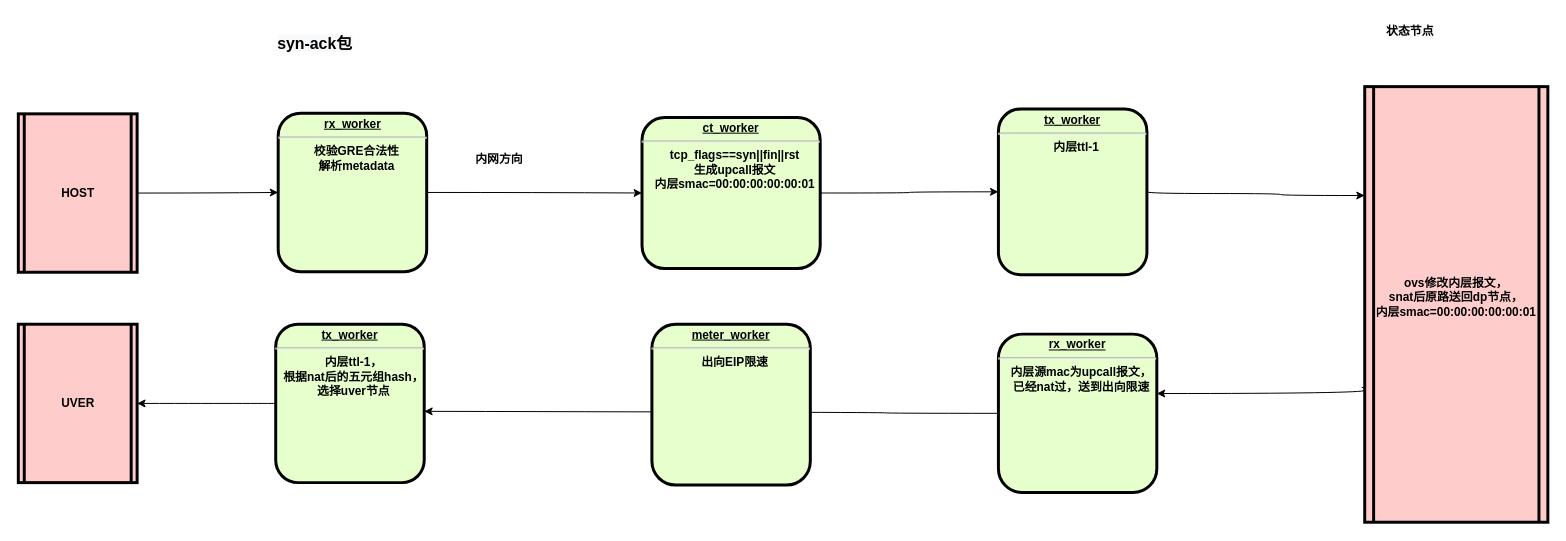
This is syn.drawio from st0rybrook/hello-world, a draw.io file, before an edit. Source tidied: cells renumbered, new cells numbered last; positions are measured from the earlier drawing's top-left corner, leaving out a move shared by most shapes. Both pictures are drawn from the tidied source at 99%, with x=0, y=0 at pixel (18, 17).
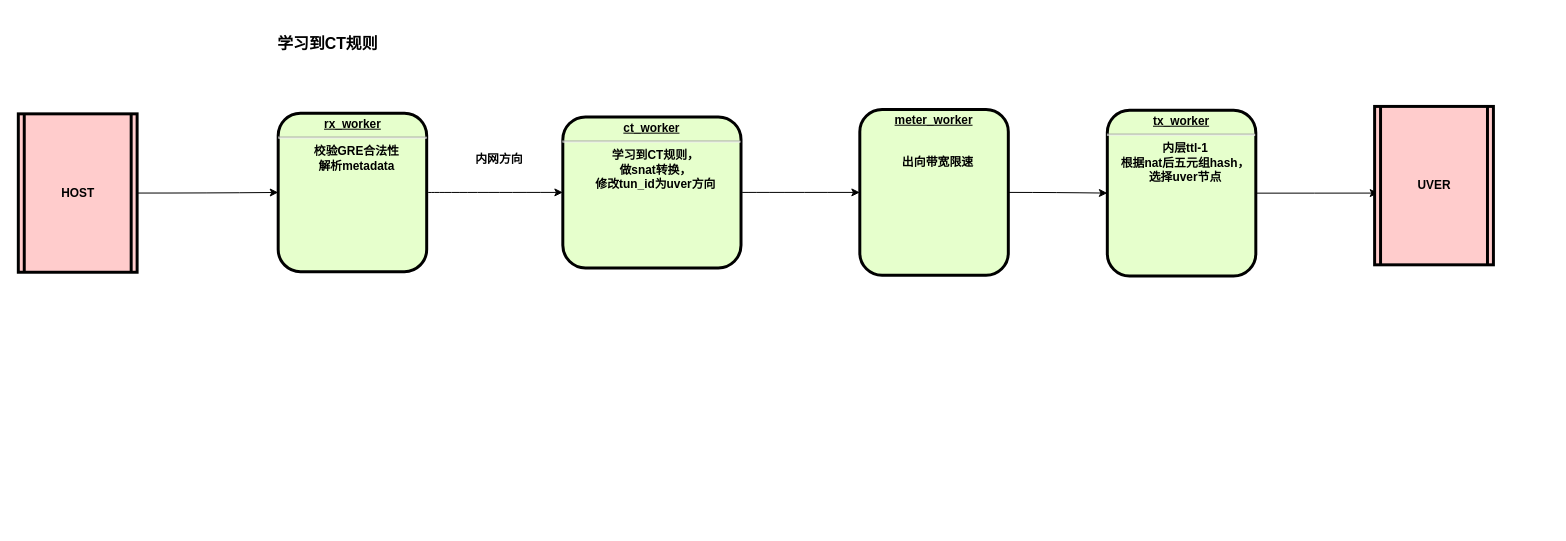
Above is the later version.

The edit, as a diff of the source:
```diff
@@
-    <mxCell id="4" style="edgeStyle=orthogonalEdgeStyle;jettySize=auto;html=1;exitX=1;exitY=0.5;exitDx=0;exitDy=0;entryX=0;entryY=0.25;entryDx=0;entryDy=0;strokeColor=default;curved=1;" parent="1" edge="1" source="5" target="10">
-      <mxGeometry relative="1" as="geometry">
-        <Array as="points">
-          <mxPoint x="1275" y="178" />
-          <mxPoint x="1275" y="180" />
-        </Array>
-      </mxGeometry>
-    </mxCell>
+    <mxCell id="21" style="edgeStyle=orthogonalEdgeStyle;curved=1;jettySize=auto;html=1;exitX=1;exitY=0.5;exitDx=0;exitDy=0;entryX=0;entryY=0.5;entryDx=0;entryDy=0;fontFamily=Helvetica;fontSize=16;strokeColor=default;" parent="1" edge="1" source="5" target="23">
+      <mxGeometry relative="1" as="geometry" />
+    </mxCell>
-    <mxCell id="5" value="&lt;p style=&quot;margin: 0px ; margin-top: 4px ; text-align: center ; text-decoration: underline&quot;&gt;&lt;strong&gt;tx_worker&lt;/strong&gt;&lt;/p&gt;&lt;hr&gt;&lt;p style=&quot;margin: 0px ; margin-left: 8px&quot;&gt;内层ttl-1&lt;/p&gt;" style="verticalAlign=middle;align=center;overflow=fill;fontSize=12;fontFamily=Helvetica;html=1;rounded=1;fontStyle=1;strokeWidth=3;fillColor=#E6FFCC;" parent="1" vertex="1">
-      <mxGeometry x="990" y="92.5" width="150" height="167.5" as="geometry" />
+    <mxCell id="5" value="&lt;p style=&quot;margin: 0px ; margin-top: 4px ; text-align: center ; text-decoration: underline&quot;&gt;&lt;strong&gt;meter_worker&lt;/strong&gt;&lt;/p&gt;&lt;p style=&quot;margin: 0px ; margin-left: 8px&quot;&gt;&lt;br&gt;&lt;/p&gt;&lt;p style=&quot;margin: 0px ; margin-left: 8px&quot;&gt;&lt;br&gt;&lt;/p&gt;&lt;p style=&quot;margin: 0px ; margin-left: 8px&quot;&gt;出向带宽限速&lt;/p&gt;&lt;p style=&quot;margin: 0px ; margin-left: 8px&quot;&gt;&lt;br&gt;&lt;/p&gt;" style="verticalAlign=middle;align=center;overflow=fill;fontSize=12;fontFamily=Helvetica;html=1;rounded=1;fontStyle=1;strokeWidth=3;fillColor=#E6FFCC;" parent="1" vertex="1">
+      <mxGeometry x="850" y="93.1" width="150" height="167.5" as="geometry" />
     </mxCell>
@@
-    <mxCell id="7" value="&lt;p style=&quot;margin: 0px ; margin-top: 4px ; text-align: center ; text-decoration: underline&quot;&gt;&lt;strong&gt;ct_worker&lt;/strong&gt;&lt;/p&gt;&lt;hr&gt;&lt;p style=&quot;margin: 0px ; margin-left: 8px&quot;&gt;tcp_flags==syn||fin||rst&lt;/p&gt;&lt;p style=&quot;margin: 0px ; margin-left: 8px&quot;&gt;生成upcall报文&lt;/p&gt;&lt;p style=&quot;margin: 0px ; margin-left: 8px&quot;&gt;内层smac=00:00:00:00:00:01&lt;/p&gt;" style="verticalAlign=middle;align=center;overflow=fill;fontSize=12;fontFamily=Helvetica;html=1;rounded=1;fontStyle=1;strokeWidth=3;fillColor=#E6FFCC;" parent="1" vertex="1">
-      <mxGeometry x="630" y="101.2" width="180" height="152.5" as="geometry" />
+    <mxCell id="7" value="&lt;p style=&quot;margin: 0px ; margin-top: 4px ; text-align: center ; text-decoration: underline&quot;&gt;&lt;strong&gt;ct_worker&lt;/strong&gt;&lt;/p&gt;&lt;hr&gt;&lt;p style=&quot;margin: 0px ; margin-left: 8px&quot;&gt;学习到CT规则，&lt;/p&gt;&lt;p style=&quot;margin: 0px ; margin-left: 8px&quot;&gt;做snat转换，&lt;/p&gt;&lt;p style=&quot;margin: 0px ; margin-left: 8px&quot;&gt;修改tun_id为uver方向&lt;/p&gt;" style="verticalAlign=middle;align=center;overflow=fill;fontSize=12;fontFamily=Helvetica;html=1;rounded=1;fontStyle=1;strokeWidth=3;fillColor=#E6FFCC;" parent="1" vertex="1">
+      <mxGeometry x="550" y="100.6" width="180" height="152.5" as="geometry" />
     </mxCell>
-    <mxCell id="8" value="&lt;span style=&quot;color: rgb(0, 0, 0); font-size: 16px; font-style: normal; font-weight: 700; letter-spacing: normal; text-align: center; text-indent: 0px; text-transform: none; word-spacing: 0px; background-color: rgb(248, 249, 250); display: inline; float: none;&quot;&gt;syn-ack包&lt;/span&gt;" style="text;whiteSpace=wrap;html=1;strokeWidth=0;fontSize=16;" parent="1" vertex="1">
+    <mxCell id="8" value="&lt;div style=&quot;text-align: center&quot;&gt;&lt;b&gt;学习到CT规则&lt;/b&gt;&lt;/div&gt;" style="text;whiteSpace=wrap;html=1;strokeWidth=0;fontSize=16;" parent="1" vertex="1">
       <mxGeometry x="260" y="10" width="155" height="40" as="geometry" />
     </mxCell>
@@
-    <mxCell id="10" value="ovs修改内层报文，&#10;snat后原路送回dp节点，&#10;内层smac=00:00:00:00:00:01&#10;" style="shape=process;whiteSpace=wrap;align=center;verticalAlign=middle;size=0.0475;fontStyle=1;strokeWidth=3;fillColor=#FFCCCC;" parent="1" vertex="1">
-      <mxGeometry x="1360" y="70" width="185" height="440" as="geometry" />
-    </mxCell>
@@
-    <mxCell id="13" style="edgeStyle=orthogonalEdgeStyle;curved=1;rounded=0;jettySize=auto;html=1;exitX=-0.017;exitY=0.69;exitDx=0;exitDy=0;exitPerimeter=0;" parent="1" edge="1" source="10" target="15">
-      <mxGeometry relative="1" as="geometry">
-        <Array as="points">
-          <mxPoint x="1360" y="374" />
-          <mxPoint x="1360" y="380" />
-        </Array>
-      </mxGeometry>
-    </mxCell>
-    <mxCell id="14" style="edgeStyle=orthogonalEdgeStyle;curved=1;rounded=0;jettySize=auto;html=1;exitX=0;exitY=0.5;exitDx=0;exitDy=0;" parent="1" edge="1" source="15">
-      <mxGeometry relative="1" as="geometry">
-        <mxPoint x="410" y="398" as="targetPoint" />
-        <Array as="points">
-          <mxPoint x="875" y="400" />
-          <mxPoint x="875" y="399" />
-        </Array>
-      </mxGeometry>
-    </mxCell>
-    <mxCell id="15" value="&lt;p style=&quot;margin: 0px ; margin-top: 4px ; text-align: center ; text-decoration: underline&quot;&gt;&lt;strong&gt;rx_worker&lt;/strong&gt;&lt;/p&gt;&lt;hr&gt;&lt;p style=&quot;margin: 0px ; margin-left: 8px&quot;&gt;内层源mac为upcall报文，&lt;/p&gt;&lt;p style=&quot;margin: 0px ; margin-left: 8px&quot;&gt;已经nat过，送到出向限速&lt;/p&gt;" style="verticalAlign=middle;align=center;overflow=fill;fontSize=12;fontFamily=Helvetica;html=1;rounded=1;fontStyle=1;strokeWidth=3;fillColor=#E6FFCC;" parent="1" vertex="1">
-      <mxGeometry x="990" y="320" width="160" height="160" as="geometry" />
-    </mxCell>
-    <mxCell id="16" style="edgeStyle=orthogonalEdgeStyle;curved=1;rounded=0;jettySize=auto;html=1;entryX=1;entryY=0.5;entryDx=0;entryDy=0;" parent="1" edge="1" source="17" target="18">
-      <mxGeometry relative="1" as="geometry" />
-    </mxCell>
-    <mxCell id="17" value="&lt;p style=&quot;margin: 0px ; margin-top: 4px ; text-align: center ; text-decoration: underline&quot;&gt;&lt;strong&gt;tx_worker&lt;/strong&gt;&lt;/p&gt;&lt;hr&gt;&lt;p style=&quot;margin: 0px ; margin-left: 8px&quot;&gt;内层ttl-1，&lt;/p&gt;&lt;p style=&quot;margin: 0px ; margin-left: 8px&quot;&gt;根据nat后的五元组hash，&lt;/p&gt;&lt;p style=&quot;margin: 0px ; margin-left: 8px&quot;&gt;选择uver节点&lt;/p&gt;" style="verticalAlign=middle;align=center;overflow=fill;fontSize=12;fontFamily=Helvetica;html=1;rounded=1;fontStyle=1;strokeWidth=3;fillColor=#E6FFCC;" parent="1" vertex="1">
-      <mxGeometry x="260" y="310" width="150" height="160" as="geometry" />
-    </mxCell>
+    <mxCell id="22" style="edgeStyle=orthogonalEdgeStyle;curved=1;jettySize=auto;html=1;entryX=0.03;entryY=0.547;entryDx=0;entryDy=0;entryPerimeter=0;fontFamily=Helvetica;fontSize=16;strokeColor=default;" parent="1" edge="1" source="23" target="18">
+      <mxGeometry relative="1" as="geometry" />
+    </mxCell>
+    <mxCell id="23" value="&lt;p style=&quot;margin: 0px ; margin-top: 4px ; text-align: center ; text-decoration: underline&quot;&gt;&lt;strong&gt;tx_worker&lt;/strong&gt;&lt;/p&gt;&lt;hr&gt;&lt;p style=&quot;margin: 0px ; margin-left: 8px&quot;&gt;内层ttl-1&lt;/p&gt;&lt;p style=&quot;margin: 0px ; margin-left: 8px&quot;&gt;根据nat后五元组hash，&lt;/p&gt;&lt;p style=&quot;margin: 0px ; margin-left: 8px&quot;&gt;选择uver节点&lt;/p&gt;" style="verticalAlign=middle;align=center;overflow=fill;fontSize=12;fontFamily=Helvetica;html=1;rounded=1;fontStyle=1;strokeWidth=3;fillColor=#E6FFCC;" parent="1" vertex="1">
+      <mxGeometry x="1100" y="93.8" width="150" height="167.5" as="geometry" />
+    </mxCell>
     <mxCell id="18" value="UVER" style="shape=process;whiteSpace=wrap;align=center;verticalAlign=middle;size=0.0475;fontStyle=1;strokeWidth=3;fillColor=#FFCCCC;" parent="1" vertex="1">
-      <mxGeometry y="310" width="120" height="160" as="geometry" />
+      <mxGeometry x="1370" y="90" width="120" height="160" as="geometry" />
     </mxCell>
-    <mxCell id="19" value="&lt;span style=&quot;color: rgb(0, 0, 0); font-family: helvetica; font-size: 12px; font-style: normal; font-weight: 700; letter-spacing: normal; text-align: center; text-indent: 0px; text-transform: none; word-spacing: 0px; background-color: rgb(248, 249, 250); display: inline; float: none;&quot;&gt;状态节点&lt;/span&gt;" style="text;whiteSpace=wrap;html=1;" parent="1" vertex="1">
-      <mxGeometry x="1380" width="70" height="30" as="geometry" />
-    </mxCell>
-    <mxCell id="20" value="&lt;p style=&quot;margin: 0px ; margin-top: 4px ; text-align: center ; text-decoration: underline&quot;&gt;&lt;strong&gt;meter_worker&lt;/strong&gt;&lt;/p&gt;&lt;hr&gt;&lt;p style=&quot;margin: 0px ; margin-left: 8px&quot;&gt;出向EIP限速&lt;/p&gt;" style="verticalAlign=middle;align=center;overflow=fill;fontSize=12;fontFamily=Helvetica;html=1;rounded=1;fontStyle=1;strokeWidth=3;fillColor=#E6FFCC;" parent="1" vertex="1">
-      <mxGeometry x="640" y="310" width="160" height="162.5" as="geometry" />
-    </mxCell>
```
